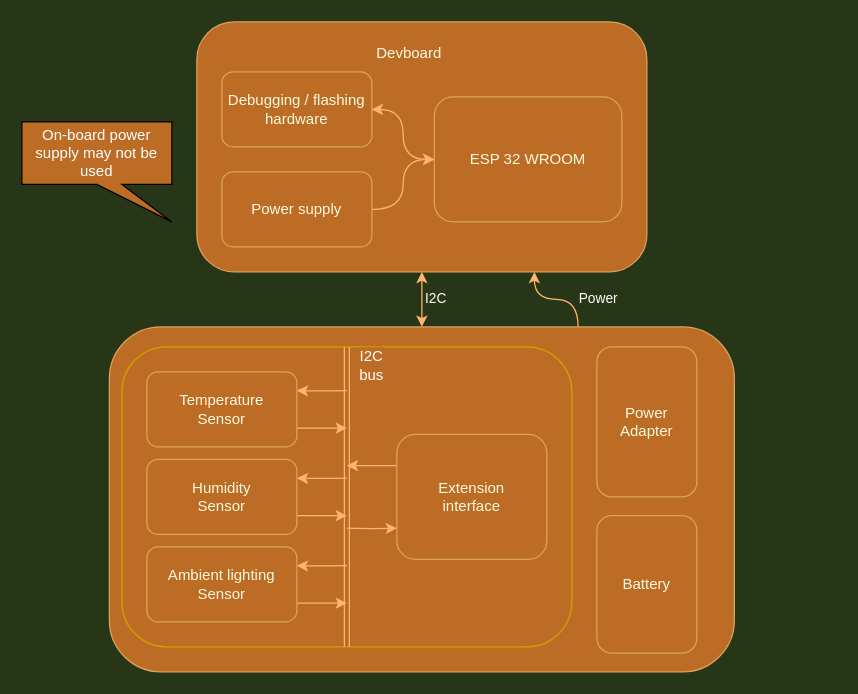
Earlier version of the draw.io diagram documentation/resources/sensing_dev_structural.drawio (Phyteon/EmbeddedSensorApplications). Source tidied: cells renumbered, new cells numbered last; positions are measured from the earlier drawing's top-left corner, leaving out a move shared by most shapes. Both pictures are drawn from the tidied source at 125%, with x=0, y=0 at pixel (21, 21).
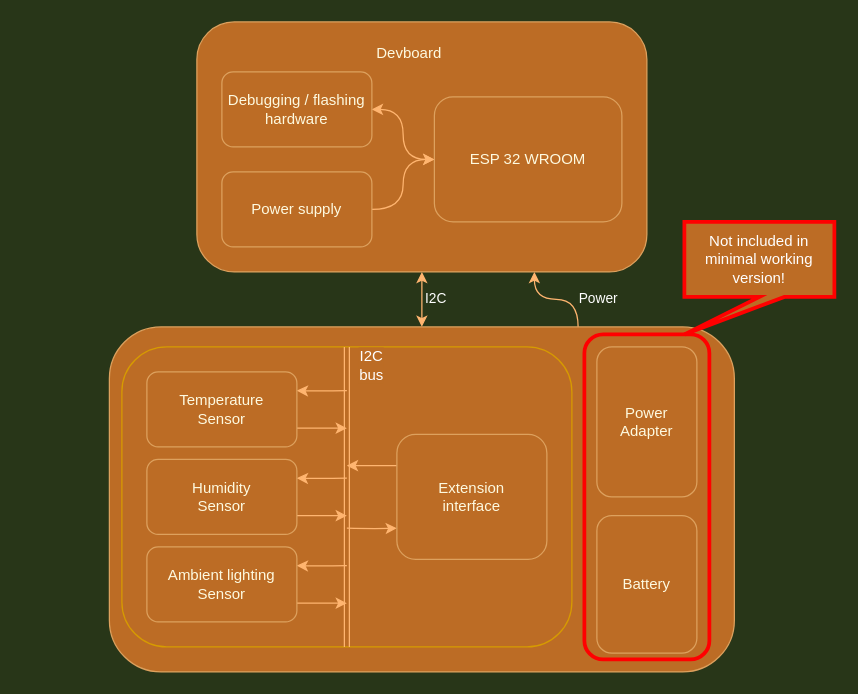
The same page after the edit.

What changed in the source:
```diff
@@
-    <mxCell id="33" value="&lt;div&gt;On-board power supply may not be&lt;/div&gt;&lt;div&gt;used&lt;br&gt;&lt;/div&gt;" style="shape=callout;whiteSpace=wrap;html=1;perimeter=calloutPerimeter;labelBackgroundColor=none;fontColor=#FFFFFF;fillColor=#BC6C25;position2=1;" parent="1" vertex="1">
-      <mxGeometry y="80" width="120" height="80" as="geometry" />
-    </mxCell>
+    <mxCell id="34" style="rounded=1;whiteSpace=wrap;html=1;fillColor=none;strokeColor=#FF0000;strokeWidth=3;" parent="1" vertex="1">
+      <mxGeometry x="450" y="250" width="100" height="260" as="geometry" />
+    </mxCell>
+    <mxCell id="35" value="&lt;div&gt;&lt;span style=&quot;background-color: transparent&quot;&gt;&lt;font color=&quot;#FFFFFF&quot;&gt;Not included in&lt;/font&gt;&lt;/span&gt;&lt;/div&gt;&lt;div&gt;&lt;span style=&quot;background-color: transparent&quot;&gt;&lt;font color=&quot;#FFFFFF&quot;&gt;minimal working version!&lt;br&gt;&lt;/font&gt;&lt;/span&gt;&lt;/div&gt;&lt;div&gt;&lt;span style=&quot;background-color: transparent&quot;&gt;&lt;/span&gt;&lt;/div&gt;" style="shape=callout;whiteSpace=wrap;html=1;perimeter=calloutPerimeter;strokeColor=#FF0000;strokeWidth=3;fillColor=#BC6C25;position2=0;" parent="1" vertex="1">
+      <mxGeometry x="530" y="160" width="120" height="90" as="geometry" />
+    </mxCell>
```
